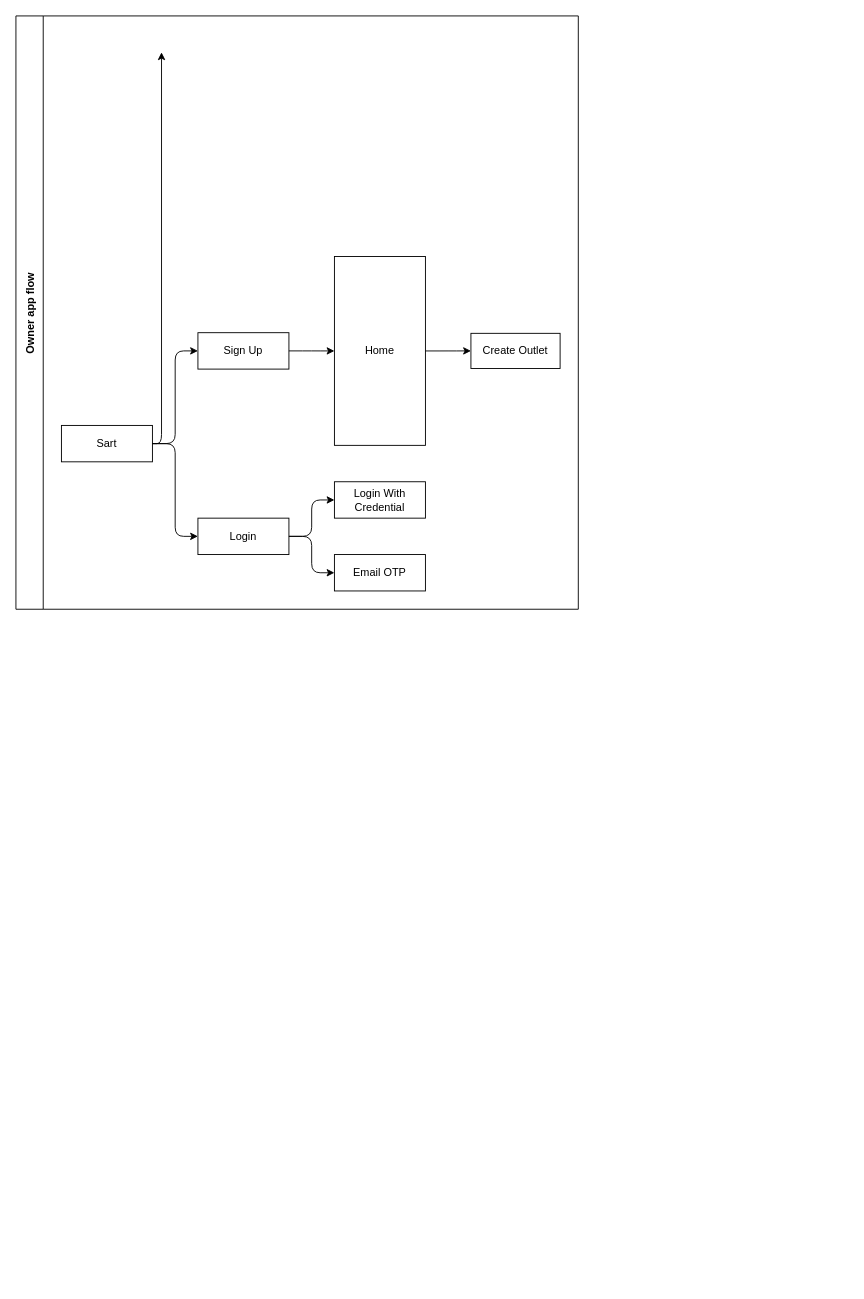
Earlier version of the draw.io diagram App-Flow.drawio (Y-S-G-D/resto-menus). Source tidied: cells renumbered, new cells numbered last; positions are measured from the earlier drawing's top-left corner, leaving out a move shared by most shapes. Both pictures are drawn from the tidied source at 91%, with x=0, y=0 at pixel (15, 15).
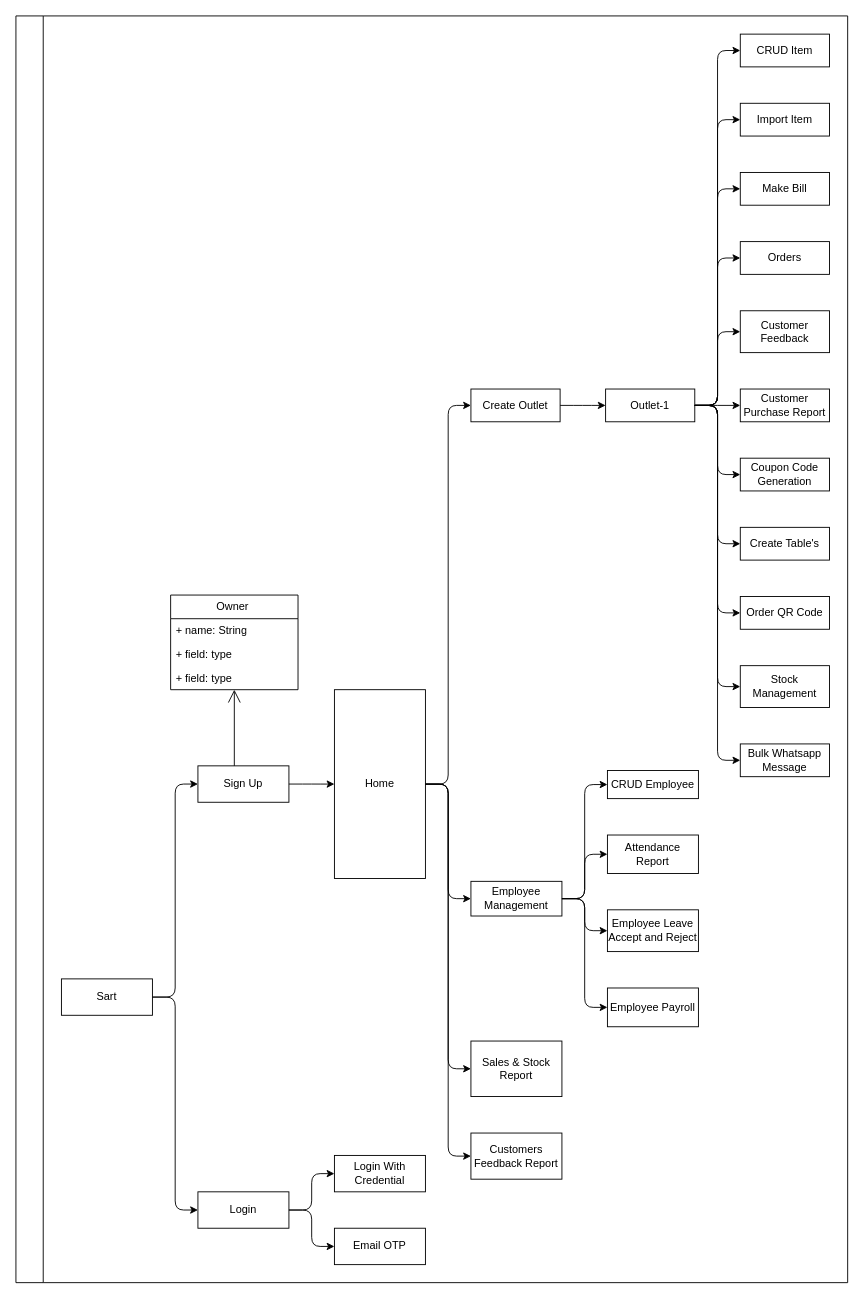
The same diagram, later.

The edit, as a diff of the source:
```diff
@@
-    <mxCell id="2" value="Owner app flow" style="swimlane;startSize=30;horizontal=0;horizontalTree=1;sortEdges=1;containerType=tree;fontSize=12;" parent="1" vertex="1">
-      <mxGeometry width="618" height="652" as="geometry" />
+    <mxCell id="2" value="&#10;&#10;&#10;&#10;&#10;&#10;&#10;&#10;&#10;&#10;" style="swimlane;startSize=30;horizontal=0;horizontalTree=1;sortEdges=1;containerType=tree;fontSize=12;" parent="1" vertex="1">
+      <mxGeometry width="914" height="1392" as="geometry" />
     </mxCell>
     <mxCell id="3" value="Sart" style="whiteSpace=wrap;html=1;" parent="2" vertex="1">
-      <mxGeometry x="50" y="450" width="100" height="40" as="geometry" />
+      <mxGeometry x="50" y="1058.2" width="100" height="40" as="geometry" />
     </mxCell>
     <mxCell id="4" value="Sign Up" style="whiteSpace=wrap;html=1;" parent="2" vertex="1">
-      <mxGeometry x="200" y="348.1" width="100" height="40" as="geometry" />
+      <mxGeometry x="200" y="824.1" width="100" height="40" as="geometry" />
     </mxCell>
@@
     <mxCell id="6" value="Login" style="whiteSpace=wrap;html=1;" parent="2" vertex="1">
-      <mxGeometry x="200" y="551.9" width="100" height="40" as="geometry" />
+      <mxGeometry x="200" y="1292.2" width="100" height="40" as="geometry" />
     </mxCell>
@@
     <mxCell id="9" value="Login With Credential" style="whiteSpace=wrap;html=1;" parent="2" vertex="1">
-      <mxGeometry x="350" y="511.9" width="100" height="40" as="geometry" />
+      <mxGeometry x="350" y="1252.2" width="100" height="40" as="geometry" />
     </mxCell>
-    <mxCell id="10" style="edgeStyle=elbowEdgeStyle;elbow=horizontal;html=1;rounded=1;curved=0;sourcePerimeterSpacing=0;targetPerimeterSpacing=0;startSize=6;endSize=6;exitX=1;exitY=0.5;exitDx=0;exitDy=0;" parent="2" edge="1" source="3">
-      <mxGeometry relative="1" as="geometry">
-        <mxPoint x="160" y="40" as="targetPoint" />
-        <Array as="points">
-          <mxPoint x="160" y="20" />
-        </Array>
-      </mxGeometry>
-    </mxCell>
@@
     <mxCell id="12" value="Email OTP" style="whiteSpace=wrap;html=1;" parent="2" vertex="1">
-      <mxGeometry x="350" y="591.9" width="100" height="40" as="geometry" />
+      <mxGeometry x="350" y="1332.2" width="100" height="40" as="geometry" />
     </mxCell>
@@
     <mxCell id="14" value="Home" style="whiteSpace=wrap;html=1;" parent="2" vertex="1">
-      <mxGeometry x="350" y="264.4" width="100" height="207.5" as="geometry" />
+      <mxGeometry x="350" y="740.4" width="100" height="207.5" as="geometry" />
     </mxCell>
@@
     <mxCell id="16" value="Create Outlet" style="whiteSpace=wrap;html=1;" parent="2" vertex="1">
-      <mxGeometry x="500" y="348.8" width="98" height="38.6" as="geometry" />
+      <mxGeometry x="500" y="410" width="98" height="36" as="geometry" />
     </mxCell>
@@
+    <mxCell id="18" style="edgeStyle=elbowEdgeStyle;elbow=horizontal;html=1;rounded=1;curved=0;sourcePerimeterSpacing=0;targetPerimeterSpacing=0;startSize=6;endSize=6;" parent="2" edge="1" source="14" target="19">
+      <mxGeometry relative="1" as="geometry" />
+    </mxCell>
+    <mxCell id="19" value="Employee Management" style="whiteSpace=wrap;html=1;" parent="2" vertex="1">
+      <mxGeometry x="500" y="951" width="100" height="38.1" as="geometry" />
+    </mxCell>
+    <mxCell id="20" style="edgeStyle=elbowEdgeStyle;elbow=horizontal;html=1;rounded=1;curved=0;sourcePerimeterSpacing=0;targetPerimeterSpacing=0;startSize=6;endSize=6;" parent="2" edge="1" source="19" target="21">
+      <mxGeometry relative="1" as="geometry" />
+    </mxCell>
+    <mxCell id="21" value="CRUD Employee" style="whiteSpace=wrap;html=1;" parent="2" vertex="1">
+      <mxGeometry x="650" y="829.2" width="100" height="30.9" as="geometry" />
+    </mxCell>
+    <mxCell id="22" style="edgeStyle=elbowEdgeStyle;elbow=horizontal;html=1;rounded=1;curved=0;sourcePerimeterSpacing=0;targetPerimeterSpacing=0;startSize=6;endSize=6;" parent="2" edge="1" source="19" target="23">
+      <mxGeometry relative="1" as="geometry" />
+    </mxCell>
+    <mxCell id="23" value="Attendance Report" style="whiteSpace=wrap;html=1;" parent="2" vertex="1">
+      <mxGeometry x="650" y="900.1" width="100" height="42.3" as="geometry" />
+    </mxCell>
+    <mxCell id="24" style="edgeStyle=elbowEdgeStyle;elbow=horizontal;html=1;rounded=1;curved=0;sourcePerimeterSpacing=0;targetPerimeterSpacing=0;startSize=6;endSize=6;" parent="2" edge="1" source="19" target="25">
+      <mxGeometry relative="1" as="geometry" />
+    </mxCell>
+    <mxCell id="25" value="Employee Leave Accept and Reject" style="whiteSpace=wrap;html=1;" parent="2" vertex="1">
+      <mxGeometry x="650" y="982.3" width="100" height="45.9" as="geometry" />
+    </mxCell>
+    <mxCell id="26" style="edgeStyle=elbowEdgeStyle;elbow=horizontal;html=1;rounded=1;curved=0;sourcePerimeterSpacing=0;targetPerimeterSpacing=0;startSize=6;endSize=6;" parent="2" edge="1" source="19" target="27">
+      <mxGeometry relative="1" as="geometry" />
+    </mxCell>
+    <mxCell id="27" value="Employee Payroll" style="whiteSpace=wrap;html=1;" parent="2" vertex="1">
+      <mxGeometry x="650" y="1068.2" width="100" height="42.6" as="geometry" />
+    </mxCell>
+    <mxCell id="28" style="edgeStyle=elbowEdgeStyle;elbow=horizontal;html=1;rounded=1;curved=0;sourcePerimeterSpacing=0;targetPerimeterSpacing=0;startSize=6;endSize=6;" parent="2" edge="1" source="14" target="29">
+      <mxGeometry relative="1" as="geometry" />
+    </mxCell>
+    <mxCell id="29" value="Sales &amp;amp; Stock Report" style="whiteSpace=wrap;html=1;" parent="2" vertex="1">
+      <mxGeometry x="500" y="1126.5" width="100" height="61" as="geometry" />
+    </mxCell>
+    <mxCell id="30" style="edgeStyle=orthogonalEdgeStyle;rounded=0;orthogonalLoop=1;jettySize=auto;html=1;exitX=0.5;exitY=1;exitDx=0;exitDy=0;" parent="2" edge="1" source="29" target="29">
+      <mxGeometry relative="1" as="geometry" />
+    </mxCell>
+    <mxCell id="31" style="edgeStyle=elbowEdgeStyle;elbow=horizontal;html=1;rounded=1;curved=0;sourcePerimeterSpacing=0;targetPerimeterSpacing=0;startSize=6;endSize=6;" parent="2" edge="1" source="14" target="32">
+      <mxGeometry relative="1" as="geometry" />
+    </mxCell>
+    <mxCell id="32" value="Customers Feedback Report" style="whiteSpace=wrap;html=1;" parent="2" vertex="1">
+      <mxGeometry x="500" y="1227.6" width="100" height="50.7" as="geometry" />
+    </mxCell>
+    <mxCell id="33" style="edgeStyle=elbowEdgeStyle;elbow=horizontal;html=1;rounded=1;curved=0;sourcePerimeterSpacing=0;targetPerimeterSpacing=0;startSize=6;endSize=6;" parent="2" edge="1" source="16" target="34">
+      <mxGeometry relative="1" as="geometry" />
+    </mxCell>
+    <mxCell id="34" value="Outlet-1" style="whiteSpace=wrap;html=1;" parent="2" vertex="1">
+      <mxGeometry x="648" y="410" width="98" height="36" as="geometry" />
+    </mxCell>
+    <mxCell id="35" style="edgeStyle=elbowEdgeStyle;elbow=horizontal;html=1;rounded=1;curved=0;sourcePerimeterSpacing=0;targetPerimeterSpacing=0;startSize=6;endSize=6;" parent="2" edge="1" source="34" target="36">
+      <mxGeometry relative="1" as="geometry" />
+    </mxCell>
+    <mxCell id="36" value="CRUD Item" style="whiteSpace=wrap;html=1;" parent="2" vertex="1">
+      <mxGeometry x="796" y="20" width="98" height="36" as="geometry" />
+    </mxCell>
+    <mxCell id="37" style="edgeStyle=elbowEdgeStyle;elbow=horizontal;html=1;rounded=1;curved=0;sourcePerimeterSpacing=0;targetPerimeterSpacing=0;startSize=6;endSize=6;" parent="2" edge="1" source="34" target="38">
+      <mxGeometry relative="1" as="geometry" />
+    </mxCell>
+    <mxCell id="38" value="Import Item" style="whiteSpace=wrap;html=1;" parent="2" vertex="1">
+      <mxGeometry x="796" y="96" width="98" height="36" as="geometry" />
+    </mxCell>
+    <mxCell id="39" style="edgeStyle=elbowEdgeStyle;elbow=horizontal;html=1;rounded=1;curved=0;sourcePerimeterSpacing=0;targetPerimeterSpacing=0;startSize=6;endSize=6;" parent="2" edge="1" source="34" target="40">
+      <mxGeometry relative="1" as="geometry" />
+    </mxCell>
+    <mxCell id="40" value="Make Bill" style="whiteSpace=wrap;html=1;" parent="2" vertex="1">
+      <mxGeometry x="796" y="172" width="98" height="36" as="geometry" />
+    </mxCell>
+    <mxCell id="41" style="edgeStyle=elbowEdgeStyle;elbow=horizontal;html=1;rounded=1;curved=0;sourcePerimeterSpacing=0;targetPerimeterSpacing=0;startSize=6;endSize=6;" parent="2" edge="1" source="34" target="42">
+      <mxGeometry relative="1" as="geometry" />
+    </mxCell>
+    <mxCell id="42" value="Orders" style="whiteSpace=wrap;html=1;" parent="2" vertex="1">
+      <mxGeometry x="796" y="248" width="98" height="36" as="geometry" />
+    </mxCell>
+    <mxCell id="43" style="edgeStyle=elbowEdgeStyle;elbow=horizontal;html=1;rounded=1;curved=0;sourcePerimeterSpacing=0;targetPerimeterSpacing=0;startSize=6;endSize=6;" parent="2" edge="1" source="34" target="44">
+      <mxGeometry relative="1" as="geometry" />
+    </mxCell>
+    <mxCell id="44" value="Customer Feedback" style="whiteSpace=wrap;html=1;" parent="2" vertex="1">
+      <mxGeometry x="796" y="324" width="98" height="46" as="geometry" />
+    </mxCell>
+    <mxCell id="45" style="edgeStyle=elbowEdgeStyle;elbow=horizontal;html=1;rounded=1;curved=0;sourcePerimeterSpacing=0;targetPerimeterSpacing=0;startSize=6;endSize=6;" parent="2" edge="1" source="34" target="46">
+      <mxGeometry relative="1" as="geometry" />
+    </mxCell>
+    <mxCell id="46" value="Customer Purchase Report" style="whiteSpace=wrap;html=1;" parent="2" vertex="1">
+      <mxGeometry x="796" y="410" width="98" height="36" as="geometry" />
+    </mxCell>
+    <mxCell id="47" style="edgeStyle=elbowEdgeStyle;elbow=horizontal;html=1;rounded=1;curved=0;sourcePerimeterSpacing=0;targetPerimeterSpacing=0;startSize=6;endSize=6;" parent="2" edge="1" source="34" target="48">
+      <mxGeometry relative="1" as="geometry" />
+    </mxCell>
+    <mxCell id="48" value="Coupon Code Generation" style="whiteSpace=wrap;html=1;" parent="2" vertex="1">
+      <mxGeometry x="796" y="486" width="98" height="36" as="geometry" />
+    </mxCell>
+    <mxCell id="49" style="edgeStyle=elbowEdgeStyle;elbow=horizontal;html=1;rounded=1;curved=0;sourcePerimeterSpacing=0;targetPerimeterSpacing=0;startSize=6;endSize=6;" parent="2" edge="1" source="34" target="50">
+      <mxGeometry relative="1" as="geometry" />
+    </mxCell>
+    <mxCell id="50" value="Create Table's" style="whiteSpace=wrap;html=1;" parent="2" vertex="1">
+      <mxGeometry x="796" y="562" width="98" height="36" as="geometry" />
+    </mxCell>
+    <mxCell id="51" style="edgeStyle=elbowEdgeStyle;elbow=horizontal;html=1;rounded=1;curved=0;sourcePerimeterSpacing=0;targetPerimeterSpacing=0;startSize=6;endSize=6;" parent="2" edge="1" source="34" target="52">
+      <mxGeometry relative="1" as="geometry" />
+    </mxCell>
+    <mxCell id="52" value="Order QR Code" style="whiteSpace=wrap;html=1;" parent="2" vertex="1">
+      <mxGeometry x="796" y="638" width="98" height="36" as="geometry" />
+    </mxCell>
+    <mxCell id="53" style="edgeStyle=elbowEdgeStyle;elbow=horizontal;html=1;rounded=1;curved=0;sourcePerimeterSpacing=0;targetPerimeterSpacing=0;startSize=6;endSize=6;" parent="2" edge="1" source="34" target="54">
+      <mxGeometry relative="1" as="geometry" />
+    </mxCell>
+    <mxCell id="54" value="Stock Management" style="whiteSpace=wrap;html=1;" parent="2" vertex="1">
+      <mxGeometry x="796" y="714" width="98" height="46" as="geometry" />
+    </mxCell>
+    <mxCell id="55" style="edgeStyle=elbowEdgeStyle;elbow=horizontal;html=1;rounded=1;curved=0;sourcePerimeterSpacing=0;targetPerimeterSpacing=0;startSize=6;endSize=6;" parent="2" edge="1" source="34" target="56">
+      <mxGeometry relative="1" as="geometry" />
+    </mxCell>
+    <mxCell id="56" value="Bulk Whatsapp Message" style="whiteSpace=wrap;html=1;" parent="2" vertex="1">
+      <mxGeometry x="796" y="800" width="98" height="36" as="geometry" />
+    </mxCell>
+    <mxCell id="57" style="endArrow=open;endFill=1;endSize=12;html=1;rounded=0;entryX=0.5;entryY=1;entryDx=0;entryDy=0;" parent="2" edge="1" target="58">
+      <mxGeometry relative="1" as="geometry">
+        <mxPoint x="240" y="824.1" as="sourcePoint" />
+      </mxGeometry>
+    </mxCell>
+    <mxCell id="58" value="Owner&amp;nbsp;" style="swimlane;fontStyle=0;horizontal=1;startSize=26;fillColor=none;whiteSpace=wrap;html=1;" parent="2" vertex="1">
+      <mxGeometry x="170" y="636.4" width="140" height="104" as="geometry" />
+    </mxCell>
+    <mxCell id="59" value="+ name: String" style="text;strokeColor=none;fillColor=none;align=left;verticalAlign=top;spacingLeft=4;spacingRight=4;overflow=hidden;whiteSpace=wrap;html=1;" parent="58" vertex="1">
+      <mxGeometry y="26" width="140" height="26" as="geometry" />
+    </mxCell>
+    <mxCell id="60" value="+ field: type" style="text;strokeColor=none;fillColor=none;align=left;verticalAlign=top;spacingLeft=4;spacingRight=4;overflow=hidden;whiteSpace=wrap;html=1;" parent="58" vertex="1">
+      <mxGeometry y="52" width="140" height="26" as="geometry" />
+    </mxCell>
+    <mxCell id="61" value="+ field: type" style="text;strokeColor=none;fillColor=none;align=left;verticalAlign=top;spacingLeft=4;spacingRight=4;overflow=hidden;whiteSpace=wrap;html=1;" parent="58" vertex="1">
+      <mxGeometry y="78" width="140" height="26" as="geometry" />
+    </mxCell>
```
